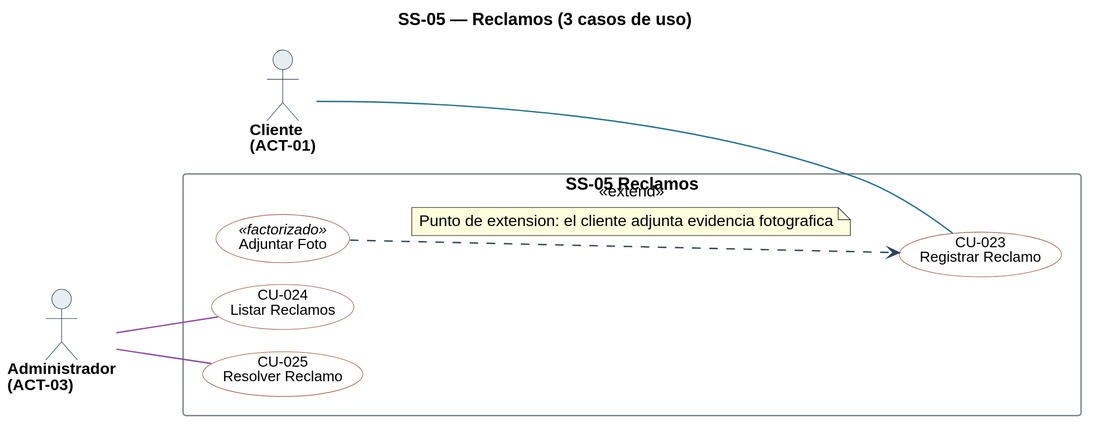
Above: diagramas/uml/CU_SS-05_Reclamos.svg in Nahuelito-Dev/splg-docs (PlantUML), before the change.
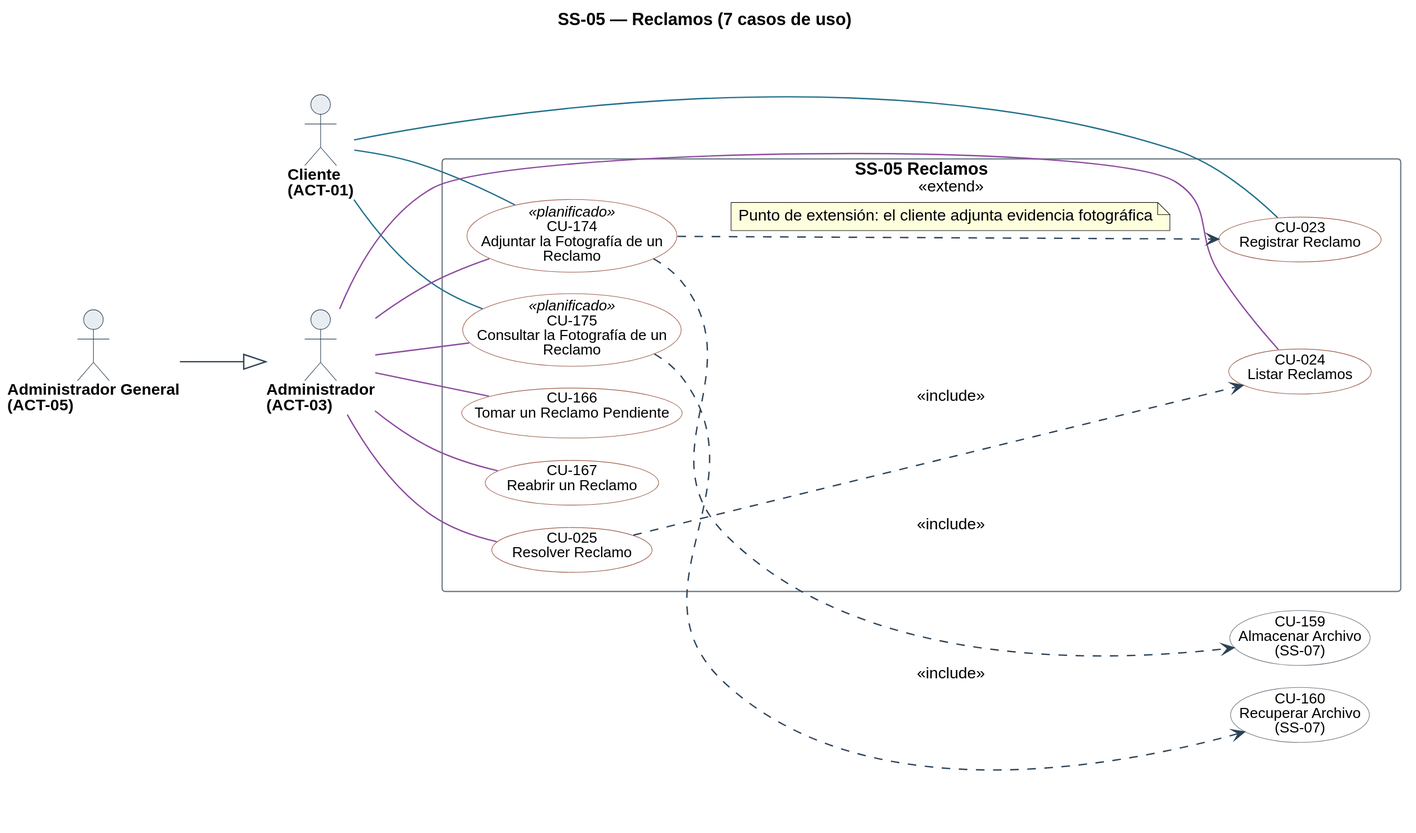
After the commit.

The edit, as a diff of the source:
```diff
@@ -1,5 +1,5 @@
 @startuml
-title SS-05 — Reclamos (3 casos de uso)
+title SS-05 — Reclamos (7 casos de uso)
 left to right direction
 skinparam backgroundColor #FFFFFF
 skinparam shadowing false
@@ -28,28 +28,46 @@
 skinparam nodesep 18
 skinparam ranksep 70
 skinparam usecase {
-  BorderColor<<pendiente>> #9C4436
-  BackgroundColor<<pendiente>> #F6E4E1
+  BorderColor<<planificado>> #9C4436
+  BackgroundColor<<planificado>> #F6E4E1
   BorderColor<<factorizado>> #6B7683
   BackgroundColor<<factorizado>> #F2F4F6
 }
 
 actor "Cliente\n(ACT-01)" as A01
 actor "Administrador\n(ACT-03)" as A03
+actor "Administrador General\n(ACT-05)" as A05
 
 rectangle "SS-05 Reclamos" {
   usecase "CU-023\nRegistrar Reclamo" as U023 #back:FFFFFF;line:9C5A46
   usecase "CU-024\nListar Reclamos" as U024 #back:FFFFFF;line:9C5A46
   usecase "CU-025\nResolver Reclamo" as U025 #back:FFFFFF;line:9C5A46
-  usecase "Adjuntar Foto" as F_FOTO <<factorizado>> #back:FFFFFF;line:9C5A46
+  usecase "CU-166\nTomar un Reclamo Pendiente" as U166 #back:FFFFFF;line:9C5A46
+  usecase "CU-167\nReabrir un Reclamo" as U167 #back:FFFFFF;line:9C5A46
+  usecase "CU-174\nAdjuntar la Fotografía de un\nReclamo" as U174 <<planificado>> #back:FFFFFF;line:9C5A46
+  usecase "CU-175\nConsultar la Fotografía de un\nReclamo" as U175 <<planificado>> #back:FFFFFF;line:9C5A46
 }
 
+usecase "CU-159\nAlmacenar Archivo\n(SS-07)" as U159 #back:FFFFFF;line:6B7683
+usecase "CU-160\nRecuperar Archivo\n(SS-07)" as U160 #back:FFFFFF;line:6B7683
+
 A01 -[#1F6F8B]- U023
+A01 -[#1F6F8B]- U174
+A01 -[#1F6F8B]- U175
 A03 -[#8C4A9E]- U024
 A03 -[#8C4A9E]- U025
+A03 -[#8C4A9E]- U166
+A03 -[#8C4A9E]- U167
+A03 -[#8C4A9E]- U174
+A03 -[#8C4A9E]- U175
+A05 --|> A03
 
-F_FOTO ..> U023 : <<extend>>
+U025 ..> U024 : <<include>>
+U174 ..> U159 : <<include>>
+U175 ..> U160 : <<include>>
+
+U174 ..> U023 : <<extend>>
 note on link
-  Punto de extension: el cliente adjunta evidencia fotografica
+  Punto de extensión: el cliente adjunta evidencia fotográfica
 end note
 @enduml
```
